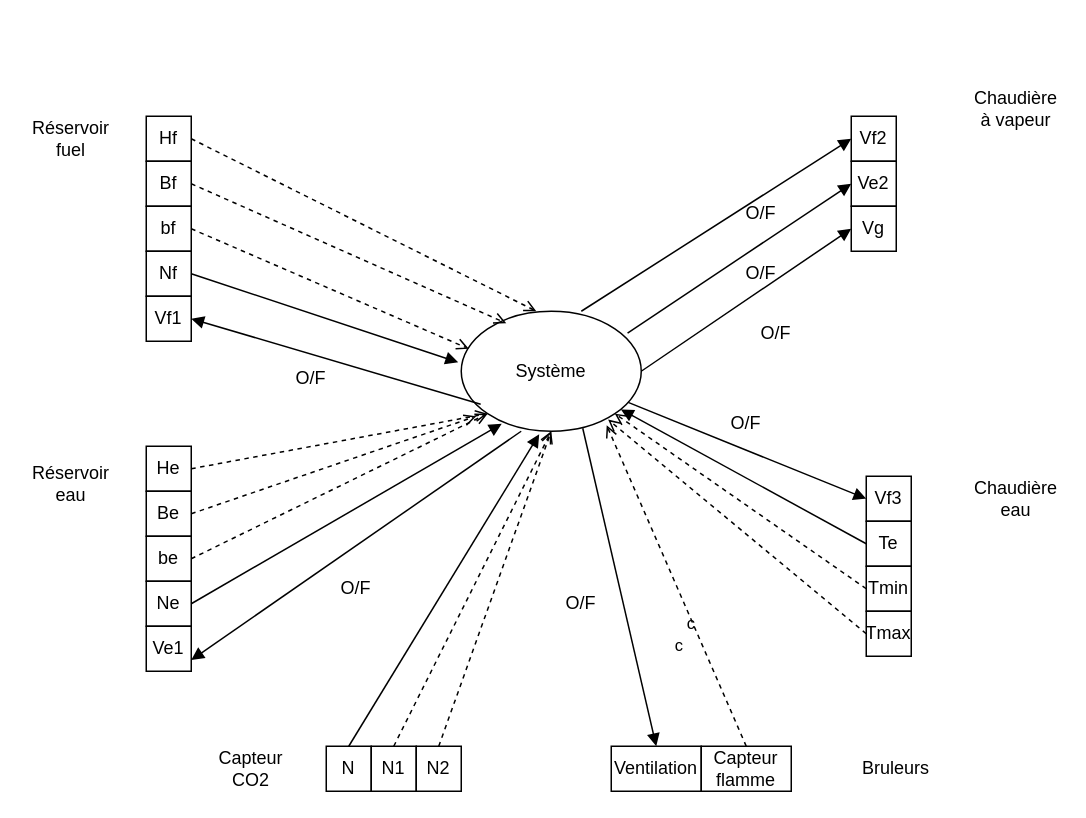
Earlier version of the draw.io diagram files/diag_contexte.drawio (ugo-blo/diagrams). Source tidied: cells renumbered, new cells numbered last; positions are measured from the earlier drawing's top-left corner, leaving out a move shared by most shapes. Both pictures are drawn from the tidied source at 150%, with x=0, y=0 at pixel (26, 86).
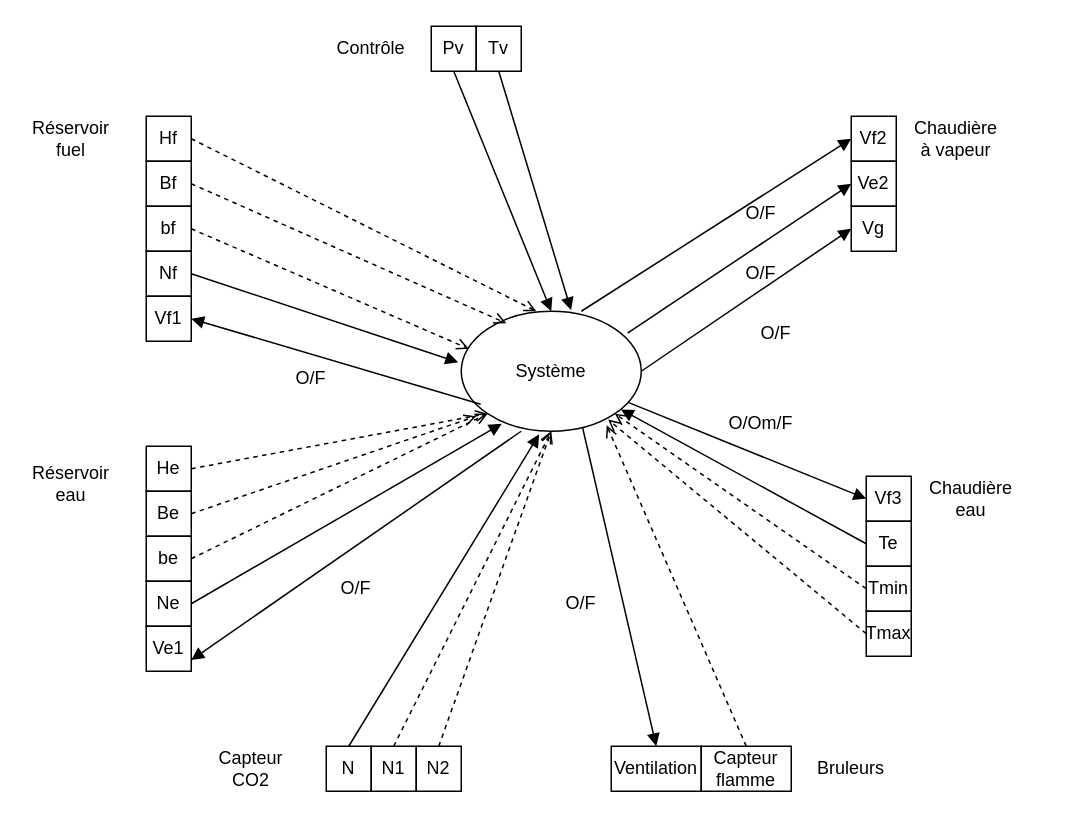
After the change.

Commit message (it also covers changes not shown here):
Mettre à jour diag_contexte.drawio

The change refers to these unchanged cells:
```xml
<mxCell id="2" value="Système" style="ellipse;whiteSpace=wrap;html=1;" parent="1" vertex="1">
  <mxGeometry x="290" y="150" width="120" height="80" as="geometry" />
</mxCell>
<mxCell id="24" value="Tmin" style="rounded=0;whiteSpace=wrap;html=1;" parent="1" vertex="1">
  <mxGeometry x="560" y="320" width="30" height="30" as="geometry" />
</mxCell>
<mxCell id="25" value="Tmax" style="rounded=0;whiteSpace=wrap;html=1;" parent="1" vertex="1">
  <mxGeometry x="560" y="350" width="30" height="30" as="geometry" />
</mxCell>
```

Diff of the diagram source:
```diff
@@
     <mxCell id="4" value="Bruleurs" style="text;html=1;align=center;verticalAlign=middle;whiteSpace=wrap;rounded=0;" parent="1" vertex="1">
-      <mxGeometry x="550" y="440" width="60" height="30" as="geometry" />
+      <mxGeometry x="520" y="440" width="60" height="30" as="geometry" />
     </mxCell>
     <mxCell id="5" value="Chaudière à vapeur" style="text;html=1;align=center;verticalAlign=middle;whiteSpace=wrap;rounded=0;" parent="1" vertex="1">
-      <mxGeometry x="630" width="60" height="30" as="geometry" />
+      <mxGeometry x="590" y="20" width="60" height="30" as="geometry" />
     </mxCell>
@@
     <mxCell id="21" value="Chaudière eau" style="text;html=1;align=center;verticalAlign=middle;whiteSpace=wrap;rounded=0;" parent="1" vertex="1">
-      <mxGeometry x="630" y="260" width="60" height="30" as="geometry" />
+      <mxGeometry x="600" y="260" width="60" height="30" as="geometry" />
     </mxCell>
@@
-    <mxCell id="50" value="O/F" style="text;html=1;align=center;verticalAlign=middle;whiteSpace=wrap;rounded=0;" parent="1" vertex="1">
-      <mxGeometry x="450" y="210" width="60" height="30" as="geometry" />
+    <mxCell id="50" value="O/Om/F" style="text;html=1;align=center;verticalAlign=middle;whiteSpace=wrap;rounded=0;" parent="1" vertex="1">
+      <mxGeometry x="460" y="210" width="60" height="30" as="geometry" />
     </mxCell>
@@
-    <mxCell id="52" value="c" style="html=1;verticalAlign=bottom;labelBackgroundColor=none;endArrow=open;endFill=0;dashed=1;rounded=0;exitX=0;exitY=0.5;exitDx=0;exitDy=0;entryX=1;entryY=1;entryDx=0;entryDy=0;" parent="1" edge="1" source="24" target="2">
-      <mxGeometry x="-0.24" y="93" relative="1" as="geometry" />
+    <mxCell id="52" style="html=1;verticalAlign=bottom;labelBackgroundColor=none;endArrow=open;endFill=0;dashed=1;rounded=0;exitX=0;exitY=0.5;exitDx=0;exitDy=0;entryX=1;entryY=1;entryDx=0;entryDy=0;" parent="1" edge="1" source="24" target="2">
+      <mxGeometry x="-0.23" y="93" relative="1" as="geometry" />
     </mxCell>
-    <mxCell id="53" value="c" style="html=1;verticalAlign=bottom;labelBackgroundColor=none;endArrow=open;endFill=0;dashed=1;rounded=0;exitX=0;exitY=0.5;exitDx=0;exitDy=0;entryX=0.816;entryY=0.903;entryDx=0;entryDy=0;entryPerimeter=0;" parent="1" edge="1" source="25" target="2">
+    <mxCell id="53" style="html=1;verticalAlign=bottom;labelBackgroundColor=none;endArrow=open;endFill=0;dashed=1;rounded=0;exitX=0;exitY=0.5;exitDx=0;exitDy=0;entryX=0.816;entryY=0.903;entryDx=0;entryDy=0;entryPerimeter=0;" parent="1" edge="1" source="25" target="2">
       <mxGeometry x="-0.24" y="93" relative="1" as="geometry" />
     </mxCell>
@@
+    <mxCell id="60" value="Contrôle" style="text;html=1;align=center;verticalAlign=middle;whiteSpace=wrap;rounded=0;" parent="1" vertex="1">
+      <mxGeometry x="200" y="-40" width="60" height="30" as="geometry" />
+    </mxCell>
+    <mxCell id="61" value="Pv" style="rounded=0;whiteSpace=wrap;html=1;" parent="1" vertex="1">
+      <mxGeometry x="270" y="-40" width="30" height="30" as="geometry" />
+    </mxCell>
+    <mxCell id="62" value="Tv" style="rounded=0;whiteSpace=wrap;html=1;" parent="1" vertex="1">
+      <mxGeometry x="300" y="-40" width="30" height="30" as="geometry" />
+    </mxCell>
+    <mxCell id="63" style="html=1;verticalAlign=bottom;labelBackgroundColor=none;endArrow=block;endFill=1;endSize=6;align=left;rounded=0;exitX=0.5;exitY=1;exitDx=0;exitDy=0;entryX=0.5;entryY=0;entryDx=0;entryDy=0;" parent="1" edge="1" source="61" target="2">
+      <mxGeometry relative="1" as="geometry" />
+    </mxCell>
+    <mxCell id="64" style="html=1;verticalAlign=bottom;labelBackgroundColor=none;endArrow=block;endFill=1;endSize=6;align=left;rounded=0;exitX=0.5;exitY=1;exitDx=0;exitDy=0;entryX=0.61;entryY=-0.009;entryDx=0;entryDy=0;entryPerimeter=0;" parent="1" edge="1" source="62" target="2">
+      <mxGeometry relative="1" as="geometry" />
+    </mxCell>
```
